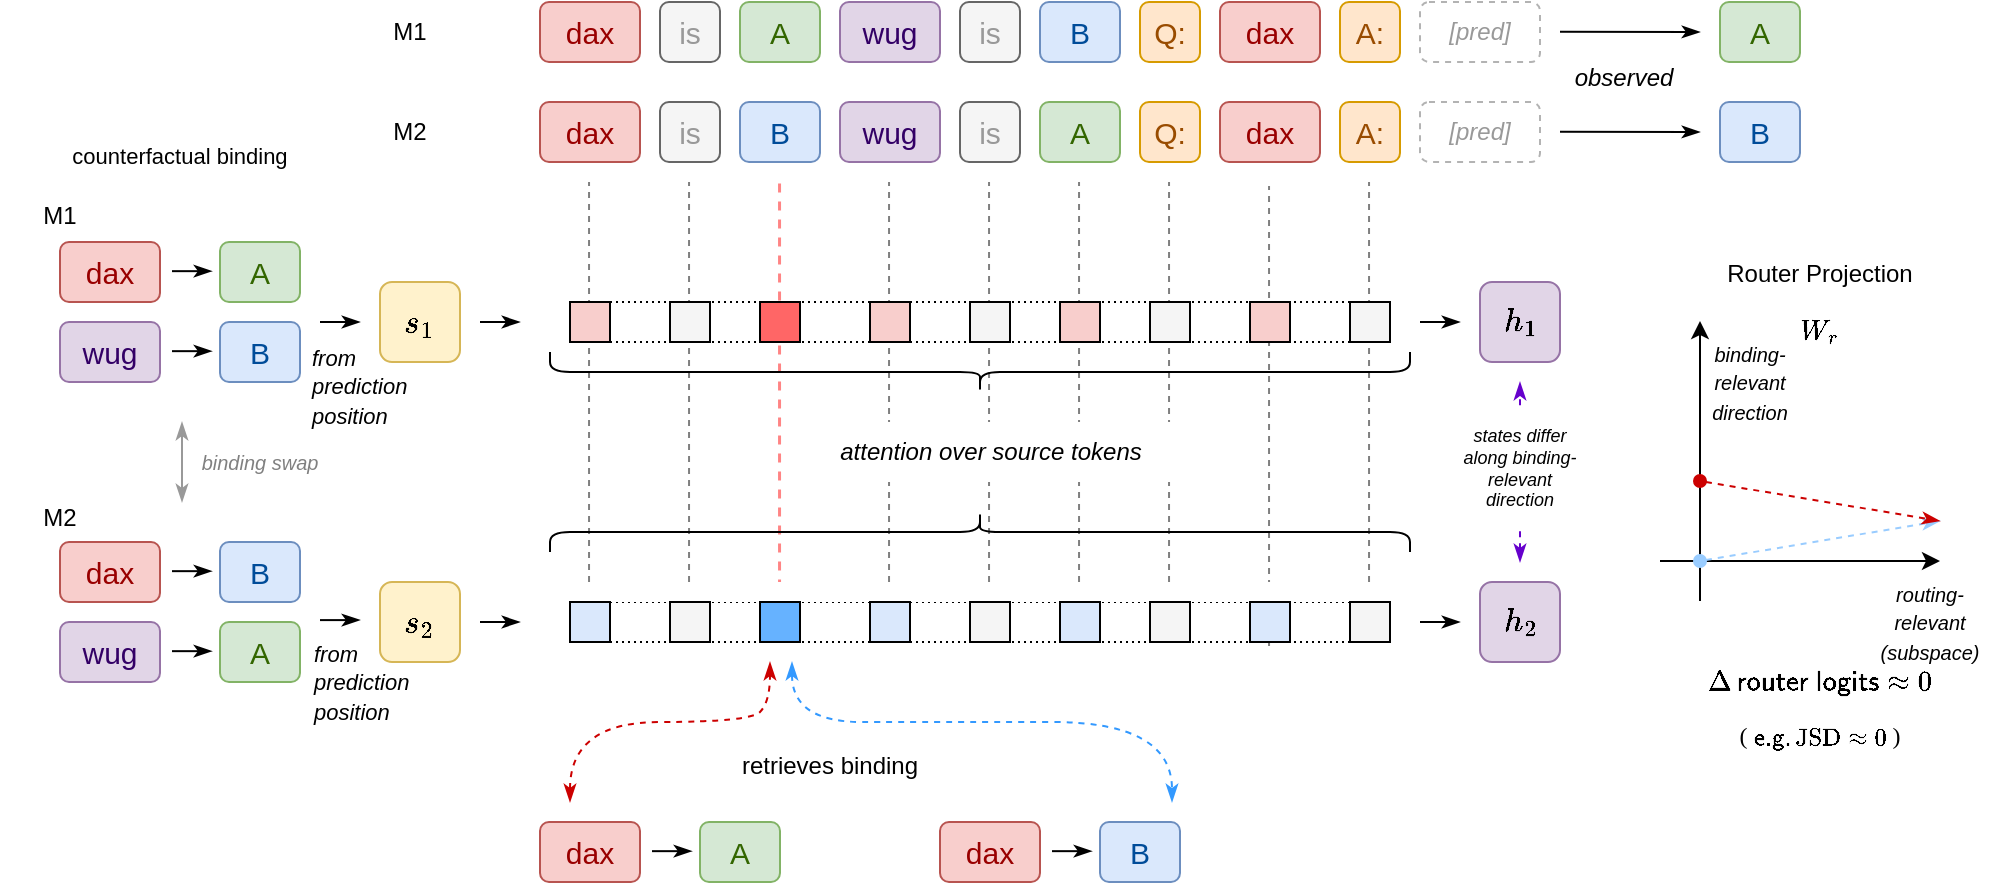
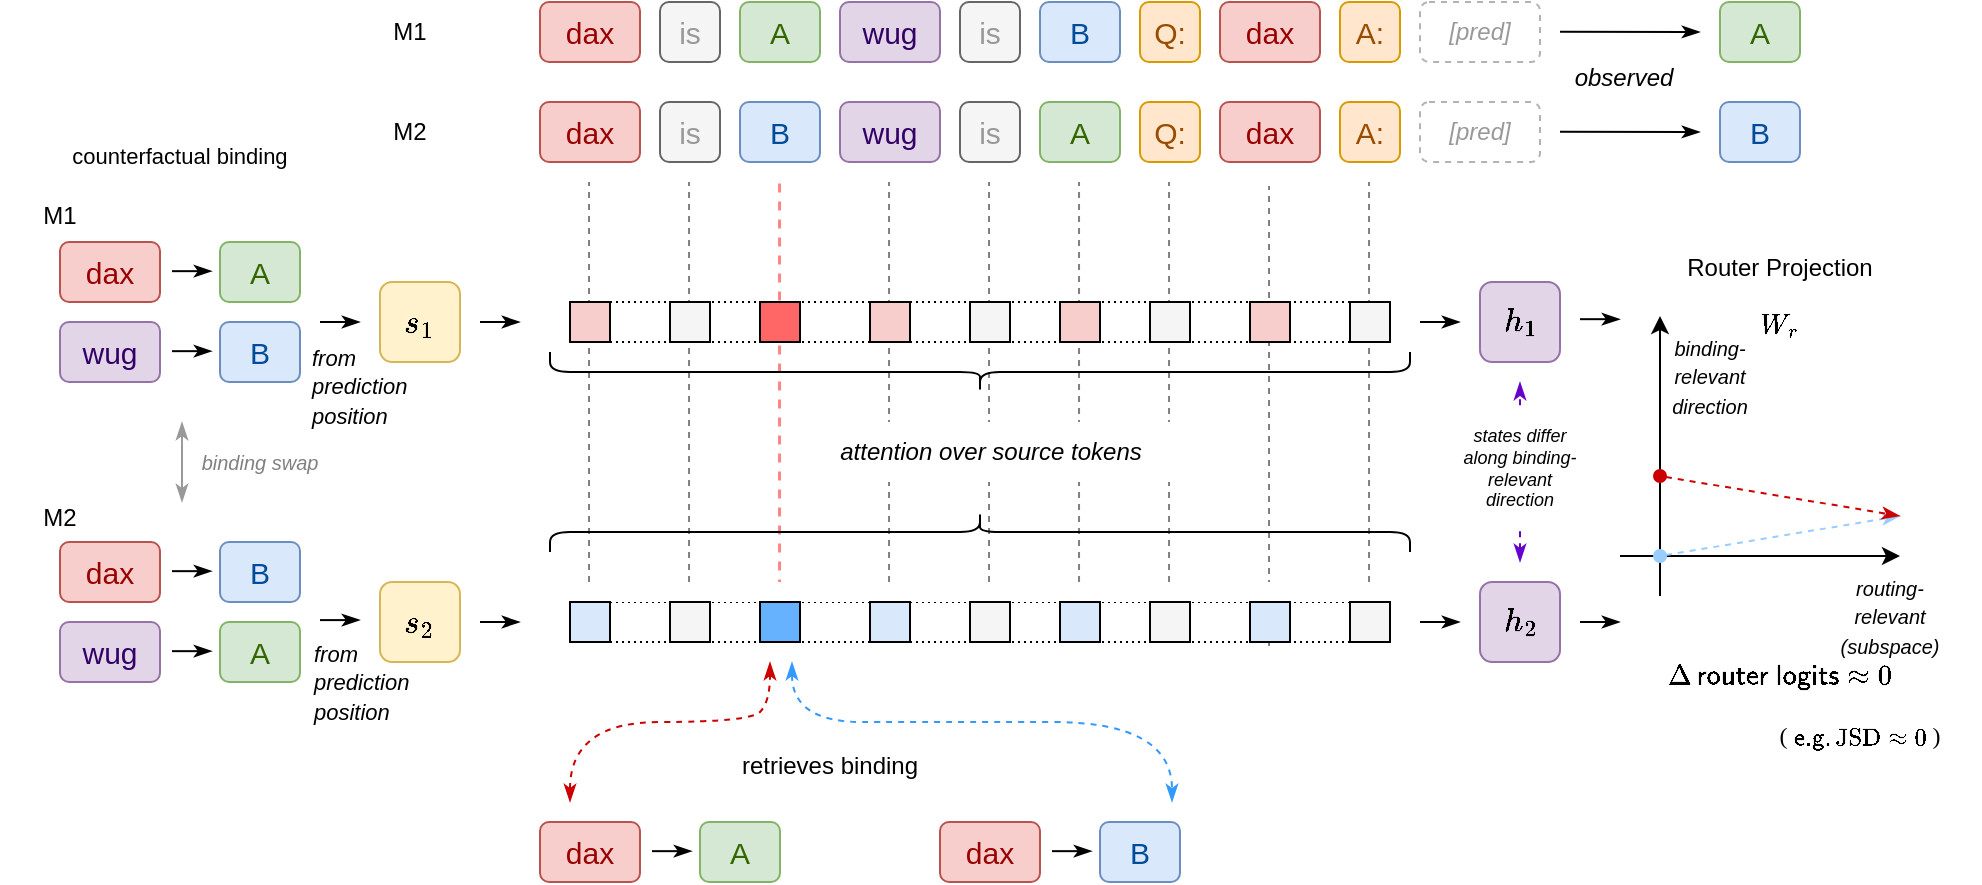
<mxfile host="app.diagrams.net">
  <diagram name="第 1 页" id="4Ug0lwwwQEshxcjSUFx0">
    <mxGraphModel dx="1285" dy="695" grid="1" gridSize="10" guides="1" tooltips="1" connect="1" arrows="1" fold="1" page="1" pageScale="2" pageWidth="827" pageHeight="1169" math="1" shadow="0">
      <root>
        <mxCell id="0" />
        <mxCell id="1" parent="0" />
        <mxCell id="5S1dYHVjSQ42A9kBcj7A-142" edge="1" parent="1" style="endArrow=none;html=1;rounded=0;exitX=0.75;exitY=1;exitDx=0;exitDy=0;dashed=1;opacity=50;" value="">
          <mxGeometry height="50" relative="1" width="50" as="geometry">
            <mxPoint x="344.52" y="400" as="sourcePoint" />
            <mxPoint x="344.52" y="170" as="targetPoint" />
          </mxGeometry>
        </mxCell>
        <mxCell id="5S1dYHVjSQ42A9kBcj7A-143" edge="1" parent="1" style="endArrow=none;html=1;rounded=0;exitX=0.75;exitY=1;exitDx=0;exitDy=0;dashed=1;opacity=50;" value="">
          <mxGeometry height="50" relative="1" width="50" as="geometry">
            <mxPoint x="394.52" y="400" as="sourcePoint" />
            <mxPoint x="394.52" y="170" as="targetPoint" />
          </mxGeometry>
        </mxCell>
        <mxCell id="5S1dYHVjSQ42A9kBcj7A-144" edge="1" parent="1" style="endArrow=none;html=1;rounded=0;exitX=0.75;exitY=1;exitDx=0;exitDy=0;dashed=1;fillColor=#f8cecc;strokeColor=#FF6666;strokeWidth=1.5;opacity=80;" value="">
          <mxGeometry height="50" relative="1" width="50" as="geometry">
            <mxPoint x="439.52" y="400" as="sourcePoint" />
            <mxPoint x="439.52" y="170" as="targetPoint" />
          </mxGeometry>
        </mxCell>
        <mxCell id="5S1dYHVjSQ42A9kBcj7A-145" edge="1" parent="1" style="endArrow=none;html=1;rounded=0;exitX=0.75;exitY=1;exitDx=0;exitDy=0;dashed=1;opacity=50;" value="">
          <mxGeometry height="50" relative="1" width="50" as="geometry">
            <mxPoint x="494.52" y="400" as="sourcePoint" />
            <mxPoint x="494.52" y="170" as="targetPoint" />
          </mxGeometry>
        </mxCell>
        <mxCell id="5S1dYHVjSQ42A9kBcj7A-146" edge="1" parent="1" style="endArrow=none;html=1;rounded=0;exitX=0.75;exitY=1;exitDx=0;exitDy=0;dashed=1;opacity=50;" value="">
          <mxGeometry height="50" relative="1" width="50" as="geometry">
            <mxPoint x="544.52" y="400" as="sourcePoint" />
            <mxPoint x="544.52" y="170" as="targetPoint" />
          </mxGeometry>
        </mxCell>
        <mxCell id="5S1dYHVjSQ42A9kBcj7A-147" edge="1" parent="1" style="endArrow=none;html=1;rounded=0;exitX=0.75;exitY=1;exitDx=0;exitDy=0;dashed=1;opacity=50;" value="">
          <mxGeometry height="50" relative="1" width="50" as="geometry">
            <mxPoint x="589.52" y="400" as="sourcePoint" />
            <mxPoint x="589.52" y="170" as="targetPoint" />
          </mxGeometry>
        </mxCell>
        <mxCell id="5S1dYHVjSQ42A9kBcj7A-148" edge="1" parent="1" style="endArrow=none;html=1;rounded=0;exitX=0.75;exitY=1;exitDx=0;exitDy=0;dashed=1;opacity=50;" value="">
          <mxGeometry height="50" relative="1" width="50" as="geometry">
            <mxPoint x="634.52" y="400" as="sourcePoint" />
            <mxPoint x="634.52" y="170" as="targetPoint" />
          </mxGeometry>
        </mxCell>
        <mxCell id="5S1dYHVjSQ42A9kBcj7A-149" edge="1" parent="1" style="endArrow=none;html=1;rounded=0;exitX=0.75;exitY=1;exitDx=0;exitDy=0;dashed=1;opacity=50;" value="">
          <mxGeometry height="50" relative="1" width="50" as="geometry">
            <mxPoint x="684.52" y="402" as="sourcePoint" />
            <mxPoint x="684.52" y="172" as="targetPoint" />
          </mxGeometry>
        </mxCell>
        <mxCell id="5S1dYHVjSQ42A9kBcj7A-150" edge="1" parent="1" style="endArrow=none;html=1;rounded=0;exitX=0.75;exitY=1;exitDx=0;exitDy=0;dashed=1;opacity=50;" value="">
          <mxGeometry height="50" relative="1" width="50" as="geometry">
            <mxPoint x="734.52" y="400" as="sourcePoint" />
            <mxPoint x="734.52" y="170" as="targetPoint" />
          </mxGeometry>
        </mxCell>
        <mxCell id="5S1dYHVjSQ42A9kBcj7A-119" parent="1" style="rounded=0;whiteSpace=wrap;html=1;dashed=1;dashPattern=1 2;" value="" vertex="1">
          <mxGeometry height="20" width="385" x="355" y="230" as="geometry" />
        </mxCell>
        <mxCell id="5S1dYHVjSQ42A9kBcj7A-1" parent="1" style="rounded=1;whiteSpace=wrap;html=1;fillColor=#f8cecc;strokeColor=#b85450;fontColor=#990000;" value="&lt;font style=&quot;font-size: 15px;&quot;&gt;dax&lt;/font&gt;" vertex="1">
          <mxGeometry height="30" width="50" x="80" y="200" as="geometry" />
        </mxCell>
        <mxCell id="5S1dYHVjSQ42A9kBcj7A-3" edge="1" parent="1" style="endArrow=classicThin;html=1;rounded=0;endFill=1;" value="">
          <mxGeometry height="50" relative="1" width="50" as="geometry">
            <mxPoint x="136" y="214.57999999999998" as="sourcePoint" />
            <mxPoint x="156" y="214.57999999999998" as="targetPoint" />
          </mxGeometry>
        </mxCell>
        <mxCell id="5S1dYHVjSQ42A9kBcj7A-4" parent="1" style="rounded=1;whiteSpace=wrap;html=1;fillColor=#d5e8d4;strokeColor=#82b366;" value="&lt;font style=&quot;font-size: 15px; color: rgb(51, 102, 0);&quot;&gt;A&lt;/font&gt;" vertex="1">
          <mxGeometry height="30" width="40" x="160" y="200" as="geometry" />
        </mxCell>
        <mxCell id="5S1dYHVjSQ42A9kBcj7A-5" parent="1" style="rounded=1;whiteSpace=wrap;html=1;fillColor=#e1d5e7;strokeColor=#9673a6;" value="&lt;span style=&quot;font-size: 15px;&quot;&gt;&lt;font style=&quot;color: rgb(51, 0, 102);&quot;&gt;wug&lt;/font&gt;&lt;/span&gt;" vertex="1">
          <mxGeometry height="30" width="50" x="80" y="240" as="geometry" />
        </mxCell>
        <mxCell id="5S1dYHVjSQ42A9kBcj7A-6" edge="1" parent="1" style="endArrow=classicThin;html=1;rounded=0;endFill=1;" value="">
          <mxGeometry height="50" relative="1" width="50" as="geometry">
            <mxPoint x="136" y="254.57999999999998" as="sourcePoint" />
            <mxPoint x="156" y="254.57999999999998" as="targetPoint" />
          </mxGeometry>
        </mxCell>
        <mxCell id="5S1dYHVjSQ42A9kBcj7A-7" parent="1" style="rounded=1;whiteSpace=wrap;html=1;fillColor=#dae8fc;strokeColor=#6c8ebf;fontColor=#004C99;" value="&lt;font style=&quot;font-size: 15px;&quot;&gt;B&lt;/font&gt;" vertex="1">
          <mxGeometry height="30" width="40" x="160" y="240" as="geometry" />
        </mxCell>
        <mxCell id="5S1dYHVjSQ42A9kBcj7A-8" edge="1" parent="1" style="endArrow=classicThin;startArrow=classicThin;html=1;rounded=0;startFill=1;endFill=1;strokeColor=#999999;" value="">
          <mxGeometry height="50" relative="1" width="50" as="geometry">
            <mxPoint x="141" y="330" as="sourcePoint" />
            <mxPoint x="141" y="290" as="targetPoint" />
          </mxGeometry>
        </mxCell>
        <mxCell id="5S1dYHVjSQ42A9kBcj7A-9" parent="1" style="text;html=1;whiteSpace=wrap;strokeColor=none;fillColor=none;align=center;verticalAlign=middle;rounded=0;fontStyle=2;fontSize=10;" value="&lt;font style=&quot;color: rgb(128, 128, 128);&quot;&gt;binding swap&lt;/font&gt;" vertex="1">
          <mxGeometry height="20" width="90" x="135" y="300" as="geometry" />
        </mxCell>
        <mxCell id="5S1dYHVjSQ42A9kBcj7A-16" parent="1" style="text;html=1;whiteSpace=wrap;strokeColor=none;fillColor=none;align=center;verticalAlign=middle;rounded=0;" value="M1" vertex="1">
          <mxGeometry height="30" width="60" x="50" y="172" as="geometry" />
        </mxCell>
        <mxCell id="5S1dYHVjSQ42A9kBcj7A-17" parent="1" style="text;html=1;whiteSpace=wrap;strokeColor=none;fillColor=none;align=center;verticalAlign=middle;rounded=0;" value="M2" vertex="1">
          <mxGeometry height="30" width="60" x="50" y="323" as="geometry" />
        </mxCell>
        <mxCell id="5S1dYHVjSQ42A9kBcj7A-20" parent="1" style="text;html=1;whiteSpace=wrap;strokeColor=none;fillColor=none;align=center;verticalAlign=middle;rounded=0;fontSize=11;" value="counterfactual binding" vertex="1">
          <mxGeometry height="30" width="140" x="70" y="142" as="geometry" />
        </mxCell>
        <mxCell id="5S1dYHVjSQ42A9kBcj7A-23" parent="1" style="text;html=1;whiteSpace=wrap;strokeColor=none;fillColor=none;align=center;verticalAlign=middle;rounded=0;" value="M1" vertex="1">
          <mxGeometry height="30" width="60" x="225" y="80" as="geometry" />
        </mxCell>
        <mxCell id="5S1dYHVjSQ42A9kBcj7A-26" parent="1" style="rounded=1;whiteSpace=wrap;html=1;fillColor=#f5f5f5;fontColor=#333333;strokeColor=#666666;align=center;" value="&lt;font color=&quot;#999999&quot;&gt;&lt;span style=&quot;font-size: 15px;&quot;&gt;is&lt;/span&gt;&lt;/font&gt;" vertex="1">
          <mxGeometry height="30" width="30" x="380" y="80" as="geometry" />
        </mxCell>
        <mxCell id="5S1dYHVjSQ42A9kBcj7A-30" parent="1" style="rounded=1;whiteSpace=wrap;html=1;fillColor=#f5f5f5;fontColor=#333333;strokeColor=#666666;align=center;" value="&lt;font color=&quot;#999999&quot;&gt;&lt;span style=&quot;font-size: 15px;&quot;&gt;is&lt;/span&gt;&lt;/font&gt;" vertex="1">
          <mxGeometry height="30" width="30" x="530" y="80" as="geometry" />
        </mxCell>
        <mxCell id="5S1dYHVjSQ42A9kBcj7A-32" parent="1" style="rounded=1;whiteSpace=wrap;html=1;fillColor=#ffe6cc;strokeColor=#d79b00;fontColor=#994C00;" value="&lt;span style=&quot;font-size: 15px;&quot;&gt;Q:&lt;/span&gt;" vertex="1">
          <mxGeometry height="30" width="30" x="620" y="80" as="geometry" />
        </mxCell>
        <mxCell id="5S1dYHVjSQ42A9kBcj7A-34" parent="1" style="rounded=1;whiteSpace=wrap;html=1;fillColor=#ffe6cc;strokeColor=#d79b00;fontColor=#994C00;" value="&lt;span style=&quot;font-size: 15px;&quot;&gt;A:&lt;/span&gt;" vertex="1">
          <mxGeometry height="30" width="30" x="720" y="80" as="geometry" />
        </mxCell>
        <mxCell id="5S1dYHVjSQ42A9kBcj7A-37" parent="1" style="rounded=1;whiteSpace=wrap;html=1;dashed=1;strokeColor=#B3B3B3;" value="&lt;i&gt;&lt;font style=&quot;color: rgb(153, 153, 153);&quot;&gt;[pred]&lt;/font&gt;&lt;/i&gt;" vertex="1">
          <mxGeometry height="30" width="60" x="760" y="80" as="geometry" />
        </mxCell>
        <mxCell id="5S1dYHVjSQ42A9kBcj7A-41" parent="1" style="rounded=1;whiteSpace=wrap;html=1;fillColor=#f8cecc;strokeColor=#b85450;fontColor=#990000;" value="&lt;font style=&quot;font-size: 15px;&quot;&gt;dax&lt;/font&gt;" vertex="1">
          <mxGeometry height="30" width="50" x="80" y="350" as="geometry" />
        </mxCell>
        <mxCell id="5S1dYHVjSQ42A9kBcj7A-42" edge="1" parent="1" style="endArrow=classicThin;html=1;rounded=0;endFill=1;" value="">
          <mxGeometry height="50" relative="1" width="50" as="geometry">
            <mxPoint x="136" y="364.58" as="sourcePoint" />
            <mxPoint x="156" y="364.58" as="targetPoint" />
          </mxGeometry>
        </mxCell>
        <mxCell id="5S1dYHVjSQ42A9kBcj7A-44" parent="1" style="rounded=1;whiteSpace=wrap;html=1;fillColor=#e1d5e7;strokeColor=#9673a6;" value="&lt;span style=&quot;font-size: 15px;&quot;&gt;&lt;font style=&quot;color: rgb(51, 0, 102);&quot;&gt;wug&lt;/font&gt;&lt;/span&gt;" vertex="1">
          <mxGeometry height="30" width="50" x="80" y="390" as="geometry" />
        </mxCell>
        <mxCell id="5S1dYHVjSQ42A9kBcj7A-45" edge="1" parent="1" style="endArrow=classicThin;html=1;rounded=0;endFill=1;" value="">
          <mxGeometry height="50" relative="1" width="50" as="geometry">
            <mxPoint x="136" y="404.58" as="sourcePoint" />
            <mxPoint x="156" y="404.58" as="targetPoint" />
          </mxGeometry>
        </mxCell>
        <mxCell id="5S1dYHVjSQ42A9kBcj7A-48" parent="1" style="rounded=1;whiteSpace=wrap;html=1;fillColor=#f8cecc;strokeColor=#b85450;fontColor=#990000;" value="&lt;font style=&quot;font-size: 15px;&quot;&gt;dax&lt;/font&gt;" vertex="1">
          <mxGeometry height="30" width="50" x="320" y="80" as="geometry" />
        </mxCell>
        <mxCell id="5S1dYHVjSQ42A9kBcj7A-49" parent="1" style="rounded=1;whiteSpace=wrap;html=1;fillColor=#d5e8d4;strokeColor=#82b366;" value="&lt;font style=&quot;font-size: 15px; color: rgb(51, 102, 0);&quot;&gt;A&lt;/font&gt;" vertex="1">
          <mxGeometry height="30" width="40" x="420" y="80" as="geometry" />
        </mxCell>
        <mxCell id="5S1dYHVjSQ42A9kBcj7A-51" parent="1" style="rounded=1;whiteSpace=wrap;html=1;fillColor=#dae8fc;strokeColor=#6c8ebf;fontColor=#004C99;" value="&lt;font style=&quot;font-size: 15px;&quot;&gt;B&lt;/font&gt;" vertex="1">
          <mxGeometry height="30" width="40" x="160" y="350" as="geometry" />
        </mxCell>
        <mxCell id="5S1dYHVjSQ42A9kBcj7A-52" parent="1" style="rounded=1;whiteSpace=wrap;html=1;fillColor=#d5e8d4;strokeColor=#82b366;" value="&lt;font style=&quot;font-size: 15px; color: rgb(51, 102, 0);&quot;&gt;A&lt;/font&gt;" vertex="1">
          <mxGeometry height="30" width="40" x="160" y="390" as="geometry" />
        </mxCell>
        <mxCell id="5S1dYHVjSQ42A9kBcj7A-53" parent="1" style="rounded=1;whiteSpace=wrap;html=1;fillColor=#e1d5e7;strokeColor=#9673a6;" value="&lt;span style=&quot;font-size: 15px;&quot;&gt;&lt;font style=&quot;color: rgb(51, 0, 102);&quot;&gt;wug&lt;/font&gt;&lt;/span&gt;" vertex="1">
          <mxGeometry height="30" width="50" x="470" y="80" as="geometry" />
        </mxCell>
        <mxCell id="5S1dYHVjSQ42A9kBcj7A-54" parent="1" style="rounded=1;whiteSpace=wrap;html=1;fillColor=#dae8fc;strokeColor=#6c8ebf;fontColor=#004C99;" value="&lt;font style=&quot;font-size: 15px;&quot;&gt;B&lt;/font&gt;" vertex="1">
          <mxGeometry height="30" width="40" x="570" y="80" as="geometry" />
        </mxCell>
        <mxCell id="5S1dYHVjSQ42A9kBcj7A-55" parent="1" style="rounded=1;whiteSpace=wrap;html=1;fillColor=#f8cecc;strokeColor=#b85450;fontColor=#990000;" value="&lt;font style=&quot;font-size: 15px;&quot;&gt;dax&lt;/font&gt;" vertex="1">
          <mxGeometry height="30" width="50" x="660" y="80" as="geometry" />
        </mxCell>
        <mxCell id="5S1dYHVjSQ42A9kBcj7A-60" edge="1" parent="1" style="endArrow=classicThin;html=1;rounded=0;endFill=1;" value="">
          <mxGeometry height="50" relative="1" width="50" as="geometry">
            <mxPoint x="830" y="94.82" as="sourcePoint" />
            <mxPoint x="900" y="95" as="targetPoint" />
          </mxGeometry>
        </mxCell>
        <mxCell id="5S1dYHVjSQ42A9kBcj7A-62" parent="1" style="rounded=1;whiteSpace=wrap;html=1;fillColor=#d5e8d4;strokeColor=#82b366;" value="&lt;font style=&quot;font-size: 15px; color: rgb(51, 102, 0);&quot;&gt;A&lt;/font&gt;" vertex="1">
          <mxGeometry height="30" width="40" x="910" y="80" as="geometry" />
        </mxCell>
        <mxCell id="5S1dYHVjSQ42A9kBcj7A-63" parent="1" style="rounded=1;whiteSpace=wrap;html=1;fillColor=#f5f5f5;fontColor=#333333;strokeColor=#666666;align=center;" value="&lt;font color=&quot;#999999&quot;&gt;&lt;span style=&quot;font-size: 15px;&quot;&gt;is&lt;/span&gt;&lt;/font&gt;" vertex="1">
          <mxGeometry height="30" width="30" x="380" y="130" as="geometry" />
        </mxCell>
        <mxCell id="5S1dYHVjSQ42A9kBcj7A-64" parent="1" style="rounded=1;whiteSpace=wrap;html=1;fillColor=#f5f5f5;fontColor=#333333;strokeColor=#666666;align=center;" value="&lt;font color=&quot;#999999&quot;&gt;&lt;span style=&quot;font-size: 15px;&quot;&gt;is&lt;/span&gt;&lt;/font&gt;" vertex="1">
          <mxGeometry height="30" width="30" x="530" y="130" as="geometry" />
        </mxCell>
        <mxCell id="5S1dYHVjSQ42A9kBcj7A-65" parent="1" style="rounded=1;whiteSpace=wrap;html=1;fillColor=#ffe6cc;strokeColor=#d79b00;fontColor=#994C00;" value="&lt;span style=&quot;font-size: 15px;&quot;&gt;Q:&lt;/span&gt;" vertex="1">
          <mxGeometry height="30" width="30" x="620" y="130" as="geometry" />
        </mxCell>
        <mxCell id="5S1dYHVjSQ42A9kBcj7A-66" parent="1" style="rounded=1;whiteSpace=wrap;html=1;fillColor=#ffe6cc;strokeColor=#d79b00;fontColor=#994C00;" value="&lt;span style=&quot;font-size: 15px;&quot;&gt;A:&lt;/span&gt;" vertex="1">
          <mxGeometry height="30" width="30" x="720" y="130" as="geometry" />
        </mxCell>
        <mxCell id="5S1dYHVjSQ42A9kBcj7A-67" parent="1" style="rounded=1;whiteSpace=wrap;html=1;dashed=1;strokeColor=#B3B3B3;" value="&lt;i&gt;&lt;font style=&quot;color: rgb(153, 153, 153);&quot;&gt;[pred]&lt;/font&gt;&lt;/i&gt;" vertex="1">
          <mxGeometry height="30" width="60" x="760" y="130" as="geometry" />
        </mxCell>
        <mxCell id="5S1dYHVjSQ42A9kBcj7A-68" parent="1" style="rounded=1;whiteSpace=wrap;html=1;fillColor=#f8cecc;strokeColor=#b85450;fontColor=#990000;" value="&lt;font style=&quot;font-size: 15px;&quot;&gt;dax&lt;/font&gt;" vertex="1">
          <mxGeometry height="30" width="50" x="320" y="130" as="geometry" />
        </mxCell>
        <mxCell id="5S1dYHVjSQ42A9kBcj7A-69" parent="1" style="rounded=1;whiteSpace=wrap;html=1;fillColor=#d5e8d4;strokeColor=#82b366;" value="&lt;font style=&quot;font-size: 15px; color: rgb(51, 102, 0);&quot;&gt;A&lt;/font&gt;" vertex="1">
          <mxGeometry height="30" width="40" x="570" y="130" as="geometry" />
        </mxCell>
        <mxCell id="5S1dYHVjSQ42A9kBcj7A-70" parent="1" style="rounded=1;whiteSpace=wrap;html=1;fillColor=#e1d5e7;strokeColor=#9673a6;" value="&lt;span style=&quot;font-size: 15px;&quot;&gt;&lt;font style=&quot;color: rgb(51, 0, 102);&quot;&gt;wug&lt;/font&gt;&lt;/span&gt;" vertex="1">
          <mxGeometry height="30" width="50" x="470" y="130" as="geometry" />
        </mxCell>
        <mxCell id="5S1dYHVjSQ42A9kBcj7A-71" parent="1" style="rounded=1;whiteSpace=wrap;html=1;fillColor=#dae8fc;strokeColor=#6c8ebf;fontColor=#004C99;" value="&lt;font style=&quot;font-size: 15px;&quot;&gt;B&lt;/font&gt;" vertex="1">
          <mxGeometry height="30" width="40" x="910" y="130" as="geometry" />
        </mxCell>
        <mxCell id="5S1dYHVjSQ42A9kBcj7A-72" parent="1" style="rounded=1;whiteSpace=wrap;html=1;fillColor=#f8cecc;strokeColor=#b85450;fontColor=#990000;" value="&lt;font style=&quot;font-size: 15px;&quot;&gt;dax&lt;/font&gt;" vertex="1">
          <mxGeometry height="30" width="50" x="660" y="130" as="geometry" />
        </mxCell>
        <mxCell id="5S1dYHVjSQ42A9kBcj7A-73" edge="1" parent="1" style="endArrow=classicThin;html=1;rounded=0;endFill=1;" value="">
          <mxGeometry height="50" relative="1" width="50" as="geometry">
            <mxPoint x="830" y="144.82" as="sourcePoint" />
            <mxPoint x="900" y="145" as="targetPoint" />
          </mxGeometry>
        </mxCell>
        <mxCell id="5S1dYHVjSQ42A9kBcj7A-74" parent="1" style="text;html=1;whiteSpace=wrap;strokeColor=none;fillColor=none;align=center;verticalAlign=middle;rounded=0;" value="&lt;i&gt;observed&lt;/i&gt;" vertex="1">
          <mxGeometry height="20" width="60" x="832" y="108" as="geometry" />
        </mxCell>
        <mxCell id="5S1dYHVjSQ42A9kBcj7A-76" parent="1" style="text;html=1;whiteSpace=wrap;strokeColor=none;fillColor=none;align=center;verticalAlign=middle;rounded=0;" value="M2" vertex="1">
          <mxGeometry height="30" width="60" x="225" y="130" as="geometry" />
        </mxCell>
        <mxCell id="5S1dYHVjSQ42A9kBcj7A-82" parent="1" style="rounded=1;whiteSpace=wrap;html=1;fillColor=#dae8fc;strokeColor=#6c8ebf;fontColor=#004C99;" value="&lt;font style=&quot;font-size: 15px;&quot;&gt;B&lt;/font&gt;" vertex="1">
          <mxGeometry height="30" width="40" x="420" y="130" as="geometry" />
        </mxCell>
        <mxCell id="5S1dYHVjSQ42A9kBcj7A-86" parent="1" style="rounded=1;whiteSpace=wrap;html=1;fillColor=#fff2cc;strokeColor=#d6b656;" value="&lt;font style=&quot;font-size: 14px;&quot;&gt;\(s_1\)&lt;/font&gt;" vertex="1">
          <mxGeometry height="40" width="40" x="240" y="220" as="geometry" />
        </mxCell>
        <mxCell id="5S1dYHVjSQ42A9kBcj7A-87" parent="1" style="rounded=1;whiteSpace=wrap;html=1;fillColor=#fff2cc;strokeColor=#d6b656;" value="&lt;font style=&quot;font-size: 14px;&quot;&gt;\(s_2\)&lt;/font&gt;" vertex="1">
          <mxGeometry height="40" width="40" x="240" y="370" as="geometry" />
        </mxCell>
        <mxCell id="5S1dYHVjSQ42A9kBcj7A-90" edge="1" parent="1" style="endArrow=classicThin;html=1;rounded=0;endFill=1;" value="">
          <mxGeometry height="50" relative="1" width="50" as="geometry">
            <mxPoint x="210" y="240" as="sourcePoint" />
            <mxPoint x="230" y="240" as="targetPoint" />
          </mxGeometry>
        </mxCell>
        <mxCell id="5S1dYHVjSQ42A9kBcj7A-92" edge="1" parent="1" style="endArrow=classicThin;html=1;rounded=0;endFill=1;" value="">
          <mxGeometry height="50" relative="1" width="50" as="geometry">
            <mxPoint x="210" y="389.05" as="sourcePoint" />
            <mxPoint x="230" y="389.05" as="targetPoint" />
          </mxGeometry>
        </mxCell>
        <mxCell id="5S1dYHVjSQ42A9kBcj7A-96" parent="1" style="text;html=1;whiteSpace=wrap;strokeColor=none;fillColor=none;align=left;verticalAlign=middle;rounded=0;autosize=1;resizable=0;" value="&lt;i&gt;&lt;font style=&quot;font-size: 11px;&quot;&gt;from&lt;/font&gt;&lt;/i&gt;&lt;div&gt;&lt;i&gt;&lt;font style=&quot;font-size: 11px;&quot;&gt;prediction&lt;/font&gt;&lt;/i&gt;&lt;/div&gt;&lt;div&gt;&lt;i&gt;&lt;font style=&quot;font-size: 11px;&quot;&gt;position&lt;/font&gt;&lt;/i&gt;&lt;/div&gt;" vertex="1">
          <mxGeometry height="60" width="70" x="204" y="242" as="geometry" />
        </mxCell>
        <mxCell id="5S1dYHVjSQ42A9kBcj7A-97" parent="1" style="text;html=1;whiteSpace=wrap;strokeColor=none;fillColor=none;align=left;verticalAlign=middle;rounded=0;autosize=1;resizable=0;" value="&lt;i&gt;&lt;font style=&quot;font-size: 11px;&quot;&gt;from&lt;/font&gt;&lt;/i&gt;&lt;div&gt;&lt;i&gt;&lt;font style=&quot;font-size: 11px;&quot;&gt;prediction&lt;/font&gt;&lt;/i&gt;&lt;/div&gt;&lt;div&gt;&lt;i&gt;&lt;font style=&quot;font-size: 11px;&quot;&gt;position&lt;/font&gt;&lt;/i&gt;&lt;/div&gt;" vertex="1">
          <mxGeometry height="60" width="70" x="205" y="390" as="geometry" />
        </mxCell>
        <mxCell id="5S1dYHVjSQ42A9kBcj7A-98" edge="1" parent="1" style="endArrow=classicThin;html=1;rounded=0;endFill=1;" value="">
          <mxGeometry height="50" relative="1" width="50" as="geometry">
            <mxPoint x="290" y="240" as="sourcePoint" />
            <mxPoint x="310" y="240" as="targetPoint" />
          </mxGeometry>
        </mxCell>
        <mxCell id="5S1dYHVjSQ42A9kBcj7A-99" edge="1" parent="1" style="endArrow=classicThin;html=1;rounded=0;endFill=1;" value="">
          <mxGeometry height="50" relative="1" width="50" as="geometry">
            <mxPoint x="290" y="390" as="sourcePoint" />
            <mxPoint x="310" y="390" as="targetPoint" />
          </mxGeometry>
        </mxCell>
        <mxCell id="5S1dYHVjSQ42A9kBcj7A-110" parent="1" style="rounded=0;whiteSpace=wrap;html=1;fillColor=#f8cecc;strokeColor=#000000;" value="" vertex="1">
          <mxGeometry height="20" width="20" x="335" y="230" as="geometry" />
        </mxCell>
        <mxCell id="5S1dYHVjSQ42A9kBcj7A-111" parent="1" style="rounded=0;whiteSpace=wrap;html=1;fillColor=#f5f5f5;fontColor=#333333;strokeColor=#000000;" value="" vertex="1">
          <mxGeometry height="20" width="20" x="385" y="230" as="geometry" />
        </mxCell>
        <mxCell id="5S1dYHVjSQ42A9kBcj7A-112" parent="1" style="rounded=0;whiteSpace=wrap;html=1;fillColor=#FF6666;strokeColor=#000000;" value="" vertex="1">
          <mxGeometry height="20" width="20" x="430" y="230" as="geometry" />
        </mxCell>
        <mxCell id="5S1dYHVjSQ42A9kBcj7A-113" parent="1" style="rounded=0;whiteSpace=wrap;html=1;fillColor=#f8cecc;strokeColor=#000000;" value="" vertex="1">
          <mxGeometry height="20" width="20" x="485" y="230" as="geometry" />
        </mxCell>
        <mxCell id="5S1dYHVjSQ42A9kBcj7A-114" parent="1" style="rounded=0;whiteSpace=wrap;html=1;fillColor=#f5f5f5;fontColor=#333333;strokeColor=#000000;" value="" vertex="1">
          <mxGeometry height="20" width="20" x="535" y="230" as="geometry" />
        </mxCell>
        <mxCell id="5S1dYHVjSQ42A9kBcj7A-115" parent="1" style="rounded=0;whiteSpace=wrap;html=1;fillColor=#f8cecc;strokeColor=#000000;" value="" vertex="1">
          <mxGeometry height="20" width="20" x="580" y="230" as="geometry" />
        </mxCell>
        <mxCell id="5S1dYHVjSQ42A9kBcj7A-116" parent="1" style="rounded=0;whiteSpace=wrap;html=1;fillColor=#f5f5f5;fontColor=#333333;strokeColor=#000000;" value="" vertex="1">
          <mxGeometry height="20" width="20" x="625" y="230" as="geometry" />
        </mxCell>
        <mxCell id="5S1dYHVjSQ42A9kBcj7A-117" parent="1" style="rounded=0;whiteSpace=wrap;html=1;fillColor=#f8cecc;strokeColor=#000000;" value="" vertex="1">
          <mxGeometry height="20" width="20" x="675" y="230" as="geometry" />
        </mxCell>
        <mxCell id="5S1dYHVjSQ42A9kBcj7A-118" parent="1" style="rounded=0;whiteSpace=wrap;html=1;fillColor=#f5f5f5;fontColor=#333333;strokeColor=#000000;" value="" vertex="1">
          <mxGeometry height="20" width="20" x="725" y="230" as="geometry" />
        </mxCell>
        <mxCell id="5S1dYHVjSQ42A9kBcj7A-121" parent="1" style="rounded=0;whiteSpace=wrap;html=1;dashed=1;dashPattern=1 2;" value="" vertex="1">
          <mxGeometry height="20" width="385" x="355" y="380" as="geometry" />
        </mxCell>
        <mxCell id="5S1dYHVjSQ42A9kBcj7A-136" parent="1" style="shape=curlyBracket;whiteSpace=wrap;html=1;rounded=1;flipH=1;labelPosition=right;verticalLabelPosition=middle;align=left;verticalAlign=middle;legacyAnchorPoints=0;rotation=90;" value="" vertex="1">
          <mxGeometry height="430" width="20" x="530" y="50" as="geometry" />
        </mxCell>
        <mxCell id="5S1dYHVjSQ42A9kBcj7A-138" parent="1" style="shape=curlyBracket;whiteSpace=wrap;html=1;rounded=1;flipH=1;labelPosition=right;verticalLabelPosition=middle;align=left;verticalAlign=middle;legacyAnchorPoints=0;rotation=-90;" value="" vertex="1">
          <mxGeometry height="430" width="20" x="530" y="130" as="geometry" />
        </mxCell>
        <mxCell id="5S1dYHVjSQ42A9kBcj7A-151" parent="1" style="rounded=0;whiteSpace=wrap;html=1;strokeColor=none;" value="" vertex="1">
          <mxGeometry height="10" width="415" x="335" y="370" as="geometry" />
        </mxCell>
        <mxCell id="5S1dYHVjSQ42A9kBcj7A-139" parent="1" style="text;html=1;whiteSpace=wrap;strokeColor=none;fillColor=default;align=center;verticalAlign=middle;rounded=0;" value="&lt;i&gt;attention over source tokens&lt;/i&gt;" vertex="1">
          <mxGeometry height="30" width="195" x="447.5" y="290" as="geometry" />
        </mxCell>
        <mxCell id="5S1dYHVjSQ42A9kBcj7A-155" edge="1" parent="1" style="curved=1;endArrow=classicThin;html=1;rounded=0;dashed=1;startArrow=classicThin;startFill=1;endFill=1;strokeColor=#CC0000;" value="">
          <mxGeometry height="50" relative="1" width="50" as="geometry">
            <Array as="points">
              <mxPoint x="335" y="440" />
              <mxPoint x="425" y="440" />
              <mxPoint x="435" y="430" />
            </Array>
            <mxPoint x="335" y="480" as="sourcePoint" />
            <mxPoint x="435" y="410" as="targetPoint" />
          </mxGeometry>
        </mxCell>
        <mxCell id="5S1dYHVjSQ42A9kBcj7A-157" edge="1" parent="1" style="curved=1;endArrow=classicThin;html=1;rounded=0;dashed=1;startArrow=classicThin;startFill=1;endFill=1;strokeColor=#3399FF;" value="">
          <mxGeometry height="50" relative="1" width="50" as="geometry">
            <Array as="points">
              <mxPoint x="446" y="440" />
              <mxPoint x="516" y="440" />
              <mxPoint x="636" y="440" />
            </Array>
            <mxPoint x="446" y="410" as="sourcePoint" />
            <mxPoint x="636" y="480" as="targetPoint" />
          </mxGeometry>
        </mxCell>
        <mxCell id="5S1dYHVjSQ42A9kBcj7A-159" parent="1" style="text;html=1;whiteSpace=wrap;strokeColor=none;fillColor=none;align=center;verticalAlign=middle;rounded=0;fontColor=#000000;" value="retrieves binding" vertex="1">
          <mxGeometry height="30" width="110" x="410" y="447" as="geometry" />
        </mxCell>
        <mxCell id="5S1dYHVjSQ42A9kBcj7A-161" parent="1" style="rounded=1;whiteSpace=wrap;html=1;fillColor=#f8cecc;strokeColor=#b85450;fontColor=#990000;" value="&lt;font style=&quot;font-size: 15px;&quot;&gt;dax&lt;/font&gt;" vertex="1">
          <mxGeometry height="30" width="50" x="320" y="490" as="geometry" />
        </mxCell>
        <mxCell id="5S1dYHVjSQ42A9kBcj7A-162" edge="1" parent="1" style="endArrow=classicThin;html=1;rounded=0;endFill=1;" value="">
          <mxGeometry height="50" relative="1" width="50" as="geometry">
            <mxPoint x="376" y="504.58" as="sourcePoint" />
            <mxPoint x="396" y="504.58" as="targetPoint" />
          </mxGeometry>
        </mxCell>
        <mxCell id="5S1dYHVjSQ42A9kBcj7A-163" parent="1" style="rounded=1;whiteSpace=wrap;html=1;fillColor=#d5e8d4;strokeColor=#82b366;" value="&lt;font style=&quot;font-size: 15px; color: rgb(51, 102, 0);&quot;&gt;A&lt;/font&gt;" vertex="1">
          <mxGeometry height="30" width="40" x="400" y="490" as="geometry" />
        </mxCell>
        <mxCell id="5S1dYHVjSQ42A9kBcj7A-164" parent="1" style="rounded=1;whiteSpace=wrap;html=1;fillColor=#f8cecc;strokeColor=#b85450;fontColor=#990000;" value="&lt;font style=&quot;font-size: 15px;&quot;&gt;dax&lt;/font&gt;" vertex="1">
          <mxGeometry height="30" width="50" x="520" y="490" as="geometry" />
        </mxCell>
        <mxCell id="5S1dYHVjSQ42A9kBcj7A-165" edge="1" parent="1" style="endArrow=classicThin;html=1;rounded=0;endFill=1;" value="">
          <mxGeometry height="50" relative="1" width="50" as="geometry">
            <mxPoint x="576" y="504.58" as="sourcePoint" />
            <mxPoint x="596" y="504.58" as="targetPoint" />
          </mxGeometry>
        </mxCell>
        <mxCell id="5S1dYHVjSQ42A9kBcj7A-166" parent="1" style="rounded=1;whiteSpace=wrap;html=1;fillColor=#dae8fc;strokeColor=#6c8ebf;fontColor=#004C99;" value="&lt;font style=&quot;font-size: 15px;&quot;&gt;B&lt;/font&gt;" vertex="1">
          <mxGeometry height="30" width="40" x="600" y="490" as="geometry" />
        </mxCell>
        <mxCell id="5S1dYHVjSQ42A9kBcj7A-122" parent="1" style="rounded=0;whiteSpace=wrap;html=1;fillColor=#dae8fc;strokeColor=#000000;" value="" vertex="1">
          <mxGeometry height="20" width="20" x="335" y="380" as="geometry" />
        </mxCell>
        <mxCell id="5S1dYHVjSQ42A9kBcj7A-123" parent="1" style="rounded=0;whiteSpace=wrap;html=1;fillColor=#f5f5f5;fontColor=#333333;strokeColor=#000000;" value="" vertex="1">
          <mxGeometry height="20" width="20" x="385" y="380" as="geometry" />
        </mxCell>
        <mxCell id="5S1dYHVjSQ42A9kBcj7A-124" parent="1" style="rounded=0;whiteSpace=wrap;html=1;fillColor=#66B2FF;strokeColor=#000000;" value="" vertex="1">
          <mxGeometry height="20" width="20" x="430" y="380" as="geometry" />
        </mxCell>
        <mxCell id="5S1dYHVjSQ42A9kBcj7A-125" parent="1" style="rounded=0;whiteSpace=wrap;html=1;fillColor=#dae8fc;strokeColor=#000000;" value="" vertex="1">
          <mxGeometry height="20" width="20" x="485" y="380" as="geometry" />
        </mxCell>
        <mxCell id="5S1dYHVjSQ42A9kBcj7A-126" parent="1" style="rounded=0;whiteSpace=wrap;html=1;fillColor=#f5f5f5;fontColor=#333333;strokeColor=#000000;" value="" vertex="1">
          <mxGeometry height="20" width="20" x="535" y="380" as="geometry" />
        </mxCell>
        <mxCell id="5S1dYHVjSQ42A9kBcj7A-127" parent="1" style="rounded=0;whiteSpace=wrap;html=1;fillColor=#dae8fc;strokeColor=#000000;" value="" vertex="1">
          <mxGeometry height="20" width="20" x="580" y="380" as="geometry" />
        </mxCell>
        <mxCell id="5S1dYHVjSQ42A9kBcj7A-128" parent="1" style="rounded=0;whiteSpace=wrap;html=1;fillColor=#f5f5f5;fontColor=#333333;strokeColor=#000000;" value="" vertex="1">
          <mxGeometry height="20" width="20" x="625" y="380" as="geometry" />
        </mxCell>
        <mxCell id="5S1dYHVjSQ42A9kBcj7A-129" parent="1" style="rounded=0;whiteSpace=wrap;html=1;fillColor=#dae8fc;strokeColor=#000000;" value="" vertex="1">
          <mxGeometry height="20" width="20" x="675" y="380" as="geometry" />
        </mxCell>
        <mxCell id="5S1dYHVjSQ42A9kBcj7A-130" parent="1" style="rounded=0;whiteSpace=wrap;html=1;fillColor=#f5f5f5;fontColor=#333333;strokeColor=#000000;" value="" vertex="1">
          <mxGeometry height="20" width="20" x="725" y="380" as="geometry" />
        </mxCell>
        <mxCell id="5S1dYHVjSQ42A9kBcj7A-169" edge="1" parent="1" style="endArrow=classicThin;html=1;rounded=0;endFill=1;" value="">
          <mxGeometry height="50" relative="1" width="50" as="geometry">
            <mxPoint x="760" y="240" as="sourcePoint" />
            <mxPoint x="780" y="240" as="targetPoint" />
          </mxGeometry>
        </mxCell>
        <mxCell id="5S1dYHVjSQ42A9kBcj7A-170" edge="1" parent="1" style="endArrow=classicThin;html=1;rounded=0;endFill=1;" value="">
          <mxGeometry height="50" relative="1" width="50" as="geometry">
            <mxPoint x="760" y="390" as="sourcePoint" />
            <mxPoint x="780" y="390" as="targetPoint" />
          </mxGeometry>
        </mxCell>
        <mxCell id="5S1dYHVjSQ42A9kBcj7A-172" parent="1" style="rounded=1;whiteSpace=wrap;html=1;fillColor=#e1d5e7;strokeColor=#9673a6;" value="&lt;font style=&quot;font-size: 14px;&quot;&gt;\(h_1\)&lt;/font&gt;" vertex="1">
          <mxGeometry height="40" width="40" x="790" y="220" as="geometry" />
        </mxCell>
        <mxCell id="5S1dYHVjSQ42A9kBcj7A-173" parent="1" style="rounded=1;whiteSpace=wrap;html=1;fillColor=#e1d5e7;strokeColor=#9673a6;" value="&lt;font style=&quot;font-size: 14px;&quot;&gt;\(h_2\)&lt;/font&gt;" vertex="1">
          <mxGeometry height="40" width="40" x="790" y="370" as="geometry" />
        </mxCell>
        <mxCell id="5S1dYHVjSQ42A9kBcj7A-174" edge="1" parent="1" style="endArrow=classicThin;startArrow=classicThin;html=1;rounded=0;startFill=1;endFill=1;dashed=1;fillColor=#e1d5e7;strokeColor=#6600CC;" value="">
          <mxGeometry height="50" relative="1" width="50" as="geometry">
            <mxPoint x="810" y="360" as="sourcePoint" />
            <mxPoint x="810" y="270" as="targetPoint" />
          </mxGeometry>
        </mxCell>
        <mxCell id="5S1dYHVjSQ42A9kBcj7A-177" parent="1" style="rounded=0;whiteSpace=wrap;html=1;strokeColor=none;fontStyle=2;fontSize=9;" value="states differ along binding-relevant direction" vertex="1">
          <mxGeometry height="60" width="70" x="775" y="283" as="geometry" />
        </mxCell>
        <mxCell id="5S1dYHVjSQ42A9kBcj7A-180" edge="1" parent="1" style="endArrow=classic;html=1;rounded=0;" value="">
          <mxGeometry height="50" relative="1" width="50" as="geometry">
-             <mxPoint x="880" y="359.5" as="sourcePoint" />
-             <mxPoint x="1020" y="359.5" as="targetPoint" />
+             <mxPoint x="860" y="357" as="sourcePoint" />
+             <mxPoint x="1000" y="357" as="targetPoint" />
          </mxGeometry>
        </mxCell>
        <mxCell id="5S1dYHVjSQ42A9kBcj7A-181" edge="1" parent="1" style="endArrow=classic;html=1;rounded=0;" value="">
          <mxGeometry height="50" relative="1" width="50" as="geometry">
-             <mxPoint x="900" y="379.5" as="sourcePoint" />
-             <mxPoint x="900" y="239.5" as="targetPoint" />
+             <mxPoint x="880" y="377" as="sourcePoint" />
+             <mxPoint x="880" y="237" as="targetPoint" />
          </mxGeometry>
        </mxCell>
        <mxCell id="5S1dYHVjSQ42A9kBcj7A-182" edge="1" parent="1" style="endArrow=classicThin;html=1;rounded=0;startArrow=oval;startFill=1;endFill=1;strokeColor=#99CCFF;dashed=1;" value="">
          <mxGeometry height="50" relative="1" width="50" as="geometry">
-             <mxPoint x="900" y="359.5" as="sourcePoint" />
-             <mxPoint x="1020" y="339.5" as="targetPoint" />
+             <mxPoint x="880" y="357" as="sourcePoint" />
+             <mxPoint x="1000" y="337" as="targetPoint" />
          </mxGeometry>
        </mxCell>
        <mxCell id="5S1dYHVjSQ42A9kBcj7A-183" edge="1" parent="1" style="endArrow=classicThin;html=1;rounded=0;endFill=1;startArrow=oval;startFill=1;fillColor=#f8cecc;strokeColor=#CC0000;dashed=1;" value="">
          <mxGeometry height="50" relative="1" width="50" as="geometry">
-             <mxPoint x="900" y="319.5" as="sourcePoint" />
-             <mxPoint x="1020" y="339.5" as="targetPoint" />
+             <mxPoint x="880" y="317" as="sourcePoint" />
+             <mxPoint x="1000" y="337" as="targetPoint" />
          </mxGeometry>
        </mxCell>
        <mxCell id="5S1dYHVjSQ42A9kBcj7A-184" parent="1" style="rounded=0;whiteSpace=wrap;html=1;strokeColor=none;fillColor=none;" value="Router Projection&lt;div&gt;&lt;br&gt;&lt;div&gt;\(W_r\)&lt;/div&gt;&lt;/div&gt;" vertex="1">
-           <mxGeometry height="60" width="120" x="900" y="199.5" as="geometry" />
+           <mxGeometry height="60" width="120" x="880" y="197" as="geometry" />
        </mxCell>
        <mxCell id="5S1dYHVjSQ42A9kBcj7A-185" parent="1" style="rounded=0;whiteSpace=wrap;html=1;fillColor=none;strokeColor=none;" value="&lt;font style=&quot;font-size: 10px;&quot;&gt;&lt;i&gt;binding-relevant direction&lt;/i&gt;&lt;/font&gt;" vertex="1">
-           <mxGeometry height="60" width="70" x="890" y="239.5" as="geometry" />
+           <mxGeometry height="60" width="70" x="870" y="237" as="geometry" />
        </mxCell>
        <mxCell id="5S1dYHVjSQ42A9kBcj7A-186" parent="1" style="rounded=0;whiteSpace=wrap;html=1;fillColor=none;strokeColor=none;" value="&lt;span style=&quot;font-size: 10px;&quot;&gt;&lt;i&gt;routing-relevant (subspace)&lt;/i&gt;&lt;/span&gt;" vertex="1">
-           <mxGeometry height="60" width="70" x="980" y="359.5" as="geometry" />
+           <mxGeometry height="60" width="70" x="960" y="357" as="geometry" />
        </mxCell>
        <mxCell id="5S1dYHVjSQ42A9kBcj7A-188" parent="1" style="rounded=0;whiteSpace=wrap;html=1;fontFamily=Lucida Console;fillColor=none;strokeColor=none;" value="&lt;div&gt;&lt;font face=&quot;Helvetica&quot;&gt;&lt;br&gt;&lt;/font&gt;&lt;/div&gt;&lt;font face=&quot;Helvetica&quot;&gt;\(\Delta \, \textsf{router logits} \approx 0\)&lt;/font&gt;&lt;div&gt;&lt;br&gt;&lt;/div&gt;" vertex="1">
-           <mxGeometry height="60" width="120" x="900" y="389.5" as="geometry" />
+           <mxGeometry height="60" width="120" x="880" y="387" as="geometry" />
        </mxCell>
        <mxCell id="5S1dYHVjSQ42A9kBcj7A-189" parent="1" style="rounded=0;whiteSpace=wrap;html=1;fillColor=none;strokeColor=none;" value="&lt;font face=&quot;Lucida Console&quot;&gt;( \( \textsf{e.g.} \, \mathrm{JSD} \approx 0 \) )&lt;/font&gt;" vertex="1">
-           <mxGeometry height="60" width="120" x="900" y="416.5" as="geometry" />
+           <mxGeometry height="60" width="120" x="920" y="416.5" as="geometry" />
+         </mxCell>
+         <mxCell id="dvhH1_-JiGdjPHuFsgOo-1" edge="1" parent="1" style="endArrow=classicThin;html=1;rounded=0;endFill=1;" value="">
+           <mxGeometry height="50" relative="1" width="50" as="geometry">
+             <mxPoint x="840" y="238.59" as="sourcePoint" />
+             <mxPoint x="860" y="238.59" as="targetPoint" />
+           </mxGeometry>
+         </mxCell>
+         <mxCell id="dvhH1_-JiGdjPHuFsgOo-2" edge="1" parent="1" style="endArrow=classicThin;html=1;rounded=0;endFill=1;" value="">
+           <mxGeometry height="50" relative="1" width="50" as="geometry">
+             <mxPoint x="840" y="390" as="sourcePoint" />
+             <mxPoint x="860" y="390" as="targetPoint" />
+           </mxGeometry>
        </mxCell>
      </root>
    </mxGraphModel>
  </diagram>
</mxfile>
